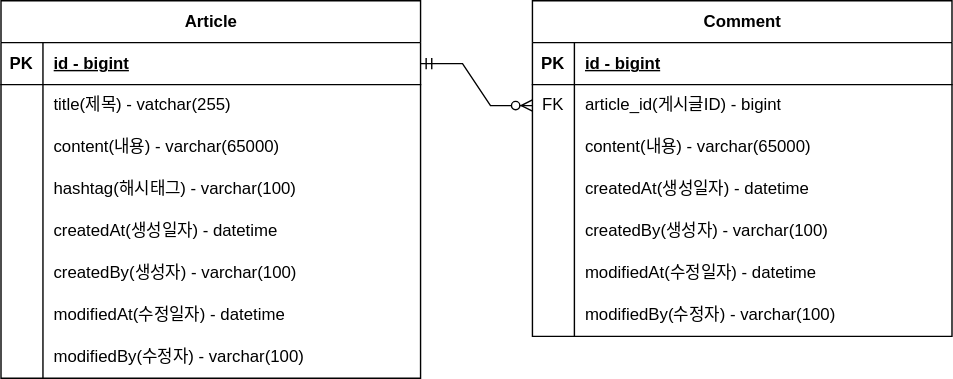
The draw.io diagram document/project-board-erd.svg in dalkjsdlf/fastcampus-project-board, before a commit. Source tidied: cells renumbered, new cells last; positions are measured from the earlier drawing's top-left corner, leaving out a move shared by most shapes.
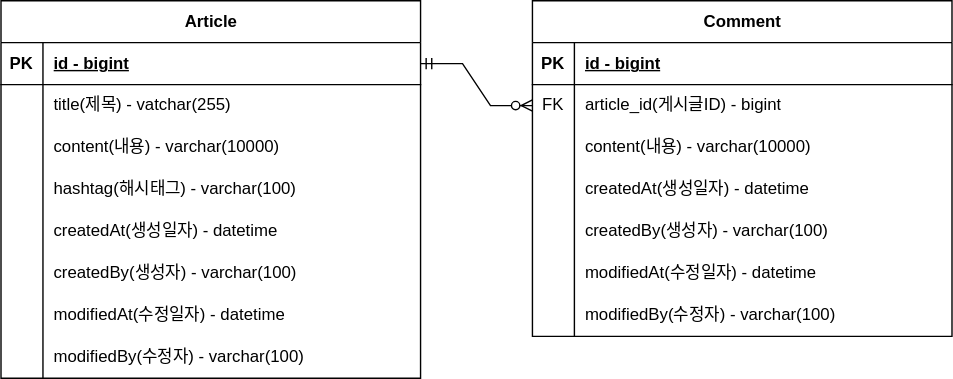
The same file after the commit.

Commit message:
content의 길이를 65000에서 10000으로 줄임

What changed in the source:
```diff
@@ -29,7 +29,7 @@
     <mxCell id="10" style="shape=partialRectangle;fillColor=none;top=0;left=0;bottom=0;right=0;overflow=hidden;whiteSpace=wrap;html=1;" parent="9" vertex="1">
       <mxGeometry width="30" height="30" as="geometry" />
     </mxCell>
-    <mxCell id="11" value="content(내용) - varchar(65000)" style="shape=partialRectangle;fillColor=none;top=0;left=0;bottom=0;right=0;align=left;spacingLeft=6;overflow=hidden;whiteSpace=wrap;html=1;" parent="9" vertex="1">
+    <mxCell id="11" value="content(내용) - varchar(10000)" style="shape=partialRectangle;fillColor=none;top=0;left=0;bottom=0;right=0;align=left;spacingLeft=6;overflow=hidden;whiteSpace=wrap;html=1;" parent="9" vertex="1">
       <mxGeometry x="30" width="270" height="30" as="geometry" />
     </mxCell>
     <mxCell id="12" style="shape=tableRow;horizontal=0;startSize=0;swimlaneHead=0;swimlaneBody=0;fillColor=none;top=0;left=0;right=0;bottom=0;" parent="2" vertex="1">
@@ -104,7 +104,7 @@
     <mxCell id="35" style="shape=partialRectangle;fillColor=none;top=0;left=0;bottom=0;right=0;overflow=hidden;whiteSpace=wrap;html=1;" parent="34" vertex="1">
       <mxGeometry width="30" height="30" as="geometry" />
     </mxCell>
-    <mxCell id="36" value="content(내용) - varchar(65000)" style="shape=partialRectangle;fillColor=none;top=0;left=0;bottom=0;right=0;align=left;spacingLeft=6;overflow=hidden;whiteSpace=wrap;html=1;" parent="34" vertex="1">
+    <mxCell id="36" value="content(내용) - varchar(10000)" style="shape=partialRectangle;fillColor=none;top=0;left=0;bottom=0;right=0;align=left;spacingLeft=6;overflow=hidden;whiteSpace=wrap;html=1;" parent="34" vertex="1">
       <mxGeometry x="30" width="270" height="30" as="geometry" />
     </mxCell>
     <mxCell id="37" style="shape=tableRow;horizontal=0;startSize=0;swimlaneHead=0;swimlaneBody=0;fillColor=none;top=0;left=0;right=0;bottom=0;" parent="27" vertex="1">
```
